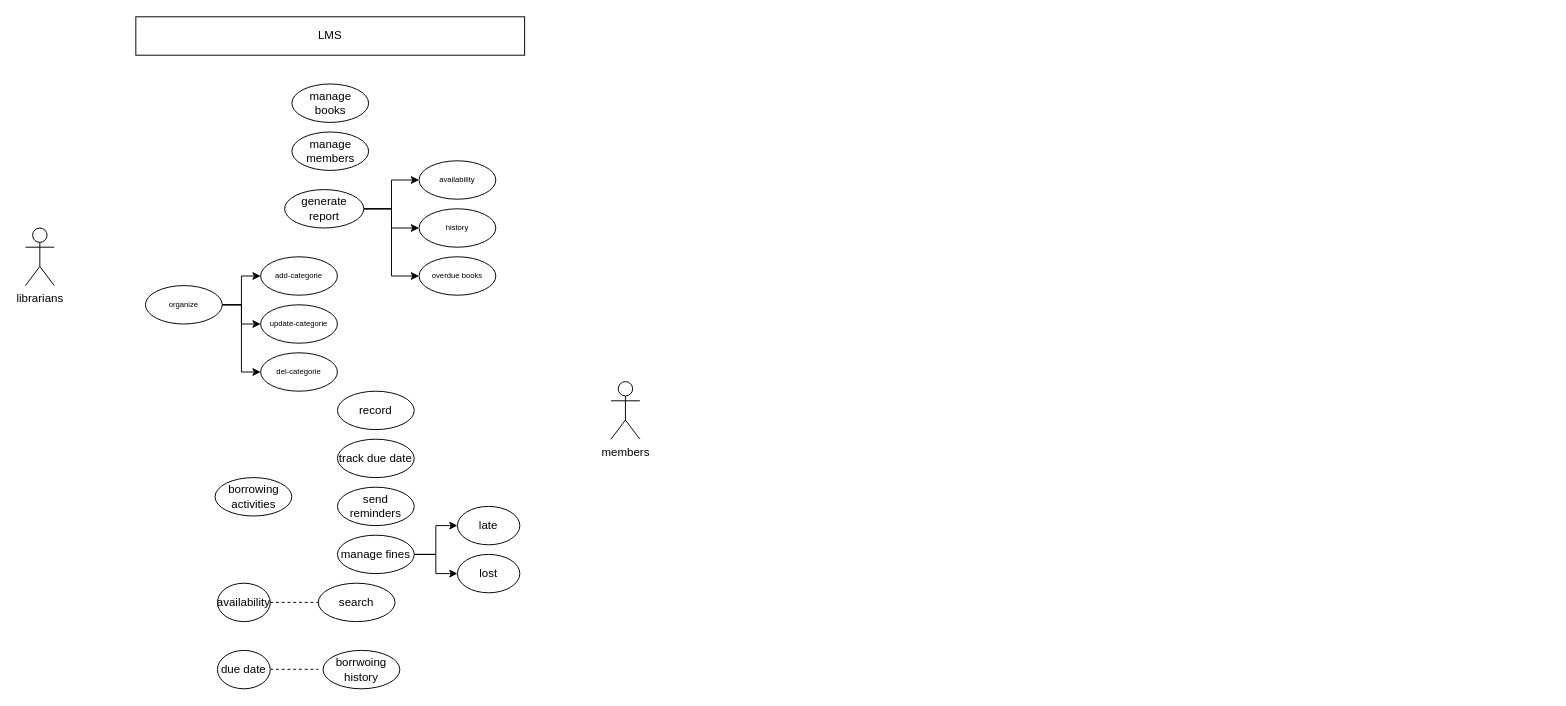
Above: hmw1-b.drawio in l0norm/draw.io (draw.io), before the change. Source tidied: cells renumbered, new cells numbered last; positions are measured from the earlier drawing's top-left corner, leaving out a move shared by most shapes. Both pictures are drawn from the tidied source at 96%, with x=0, y=0 at pixel (25, 16).
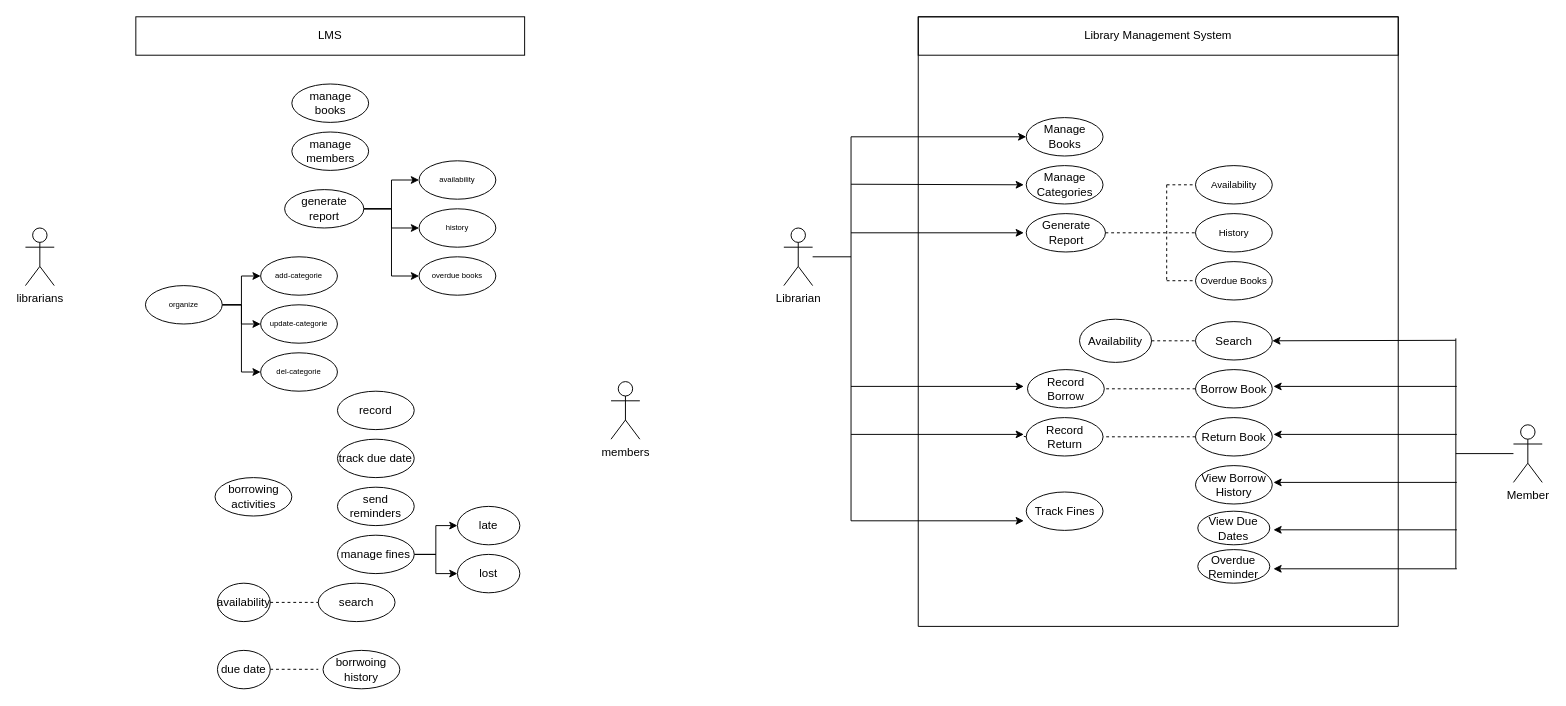
After the change.

The edit, as a diff of the source:
```diff
@@
+    <mxCell id="36" value="Library Management System" style="rounded=0;whiteSpace=wrap;html=1;" parent="1" vertex="1">
+      <mxGeometry x="930" width="500" height="40" as="geometry" />
+    </mxCell>
+    <mxCell id="37" value="Librarian" style="shape=umlActor;verticalLabelPosition=bottom;verticalAlign=top;html=1;outlineConnect=0;" parent="1" vertex="1">
+      <mxGeometry x="790" y="220" width="30" height="60" as="geometry" />
+    </mxCell>
+    <mxCell id="38" style="swimlane;startSize=0;" parent="1" vertex="1">
+      <mxGeometry x="930" width="500" height="635" as="geometry" />
+    </mxCell>
+    <mxCell id="39" value="Search" style="ellipse;whiteSpace=wrap;html=1;" parent="38" vertex="1">
+      <mxGeometry x="288.8" y="317.5" width="80" height="40" as="geometry" />
+    </mxCell>
+    <mxCell id="40" value="Availability" style="ellipse;whiteSpace=wrap;html=1;" parent="38" vertex="1">
+      <mxGeometry x="168" y="315" width="75" height="45" as="geometry" />
+    </mxCell>
+    <mxCell id="41" style="endArrow=none;dashed=1;html=1;rounded=0;exitX=1;exitY=0.5;exitDx=0;exitDy=0;entryX=0;entryY=0.5;entryDx=0;entryDy=0;" parent="38" edge="1" source="40" target="39">
+      <mxGeometry relative="1" as="geometry" />
+    </mxCell>
+    <mxCell id="42" value="View Borrow History" style="ellipse;whiteSpace=wrap;html=1;" parent="38" vertex="1">
+      <mxGeometry x="288.8" y="467.5" width="80" height="40" as="geometry" />
+    </mxCell>
+    <mxCell id="43" value="View Due Dates" style="ellipse;whiteSpace=wrap;html=1;" parent="38" vertex="1">
+      <mxGeometry x="291.2" y="515" width="75" height="35" as="geometry" />
+    </mxCell>
+    <mxCell id="44" value="Borrow Book" style="ellipse;whiteSpace=wrap;html=1;" parent="38" vertex="1">
+      <mxGeometry x="288.8" y="367.5" width="80" height="40" as="geometry" />
+    </mxCell>
+    <mxCell id="45" value="Return Book" style="ellipse;whiteSpace=wrap;html=1;" parent="38" vertex="1">
+      <mxGeometry x="288.8" y="417.5" width="80" height="40" as="geometry" />
+    </mxCell>
+    <mxCell id="46" value="Overdue Reminder" style="ellipse;whiteSpace=wrap;html=1;" parent="38" vertex="1">
+      <mxGeometry x="291.2" y="555" width="75" height="35" as="geometry" />
+    </mxCell>
+    <mxCell id="47" value="Manage Books" style="ellipse;whiteSpace=wrap;html=1;" parent="38" vertex="1">
+      <mxGeometry x="112.5" y="105" width="80" height="40" as="geometry" />
+    </mxCell>
+    <mxCell id="48" value="Manage Categories" style="ellipse;whiteSpace=wrap;html=1;" parent="38" vertex="1">
+      <mxGeometry x="112.5" y="155" width="80" height="40" as="geometry" />
+    </mxCell>
+    <mxCell id="49" value="Generate Report" style="ellipse;whiteSpace=wrap;html=1;" parent="38" vertex="1">
+      <mxGeometry x="112.5" y="205" width="82.5" height="40" as="geometry" />
+    </mxCell>
+    <mxCell id="50" value="&lt;font style=&quot;font-size: 10px;&quot;&gt;Availability&lt;/font&gt;" style="ellipse;whiteSpace=wrap;html=1;fontSize=8;" parent="38" vertex="1">
+      <mxGeometry x="288.8" y="155" width="80" height="40" as="geometry" />
+    </mxCell>
+    <mxCell id="51" value="&lt;font style=&quot;font-size: 10px;&quot;&gt;History&lt;/font&gt;" style="ellipse;whiteSpace=wrap;html=1;fontSize=8;" parent="38" vertex="1">
+      <mxGeometry x="288.8" y="205" width="80" height="40" as="geometry" />
+    </mxCell>
+    <mxCell id="52" value="&lt;font style=&quot;font-size: 10px;&quot;&gt;Overdue Books&lt;/font&gt;" style="ellipse;whiteSpace=wrap;html=1;fontSize=8;" parent="38" vertex="1">
+      <mxGeometry x="288.8" y="255" width="80" height="40" as="geometry" />
+    </mxCell>
+    <mxCell id="53" value="Record Borrow" style="ellipse;whiteSpace=wrap;html=1;" parent="38" vertex="1">
+      <mxGeometry x="113.8" y="367.5" width="80" height="40" as="geometry" />
+    </mxCell>
+    <mxCell id="54" style="endArrow=none;dashed=1;html=1;rounded=0;entryX=1;entryY=0.5;entryDx=0;entryDy=0;exitX=0;exitY=0.5;exitDx=0;exitDy=0;" parent="38" edge="1" source="44" target="53">
+      <mxGeometry relative="1" as="geometry" />
+    </mxCell>
+    <mxCell id="55" style="endArrow=none;dashed=1;html=1;rounded=0;entryX=1;entryY=0.5;entryDx=0;entryDy=0;exitX=0;exitY=0.5;exitDx=0;exitDy=0;" parent="38" edge="1" source="61">
+      <mxGeometry relative="1" as="geometry">
+        <mxPoint x="110" y="437" as="targetPoint" />
+      </mxGeometry>
+    </mxCell>
+    <mxCell id="56" style="endArrow=none;dashed=1;html=1;rounded=0;exitX=1;exitY=0.5;exitDx=0;exitDy=0;entryX=0;entryY=0.5;entryDx=0;entryDy=0;" parent="38" edge="1" source="49" target="51">
+      <mxGeometry relative="1" as="geometry" />
+    </mxCell>
+    <mxCell id="57" style="endArrow=none;dashed=1;html=1;rounded=0;" parent="38" edge="1">
+      <mxGeometry relative="1" as="geometry">
+        <mxPoint x="258.8" y="175" as="sourcePoint" />
+        <mxPoint x="258.8" y="275" as="targetPoint" />
+      </mxGeometry>
+    </mxCell>
+    <mxCell id="58" style="endArrow=none;dashed=1;html=1;rounded=0;entryX=0;entryY=0.5;entryDx=0;entryDy=0;" parent="38" edge="1" target="50">
+      <mxGeometry relative="1" as="geometry">
+        <mxPoint x="258.8" y="175" as="sourcePoint" />
+      </mxGeometry>
+    </mxCell>
+    <mxCell id="59" style="endArrow=none;dashed=1;html=1;rounded=0;entryX=0;entryY=0.5;entryDx=0;entryDy=0;" parent="38" edge="1">
+      <mxGeometry relative="1" as="geometry">
+        <mxPoint x="258.8" y="274.9" as="sourcePoint" />
+        <mxPoint x="288.8" y="274.9" as="targetPoint" />
+      </mxGeometry>
+    </mxCell>
+    <mxCell id="60" style="endArrow=none;dashed=1;html=1;rounded=0;entryX=1;entryY=0.5;entryDx=0;entryDy=0;exitX=0;exitY=0.5;exitDx=0;exitDy=0;" parent="38" edge="1" source="45" target="61">
+      <mxGeometry relative="1" as="geometry" />
+    </mxCell>
+    <mxCell id="61" value="Record Return" style="ellipse;whiteSpace=wrap;html=1;" parent="38" vertex="1">
+      <mxGeometry x="112.5" y="417.5" width="80" height="40" as="geometry" />
+    </mxCell>
+    <mxCell id="62" value="Track Fines" style="ellipse;whiteSpace=wrap;html=1;" parent="38" vertex="1">
+      <mxGeometry x="112.5" y="495" width="80" height="40" as="geometry" />
+    </mxCell>
+    <mxCell id="63" style="endArrow=none;html=1;rounded=0;" parent="1" edge="1">
+      <mxGeometry relative="1" as="geometry">
+        <mxPoint x="860" y="525" as="sourcePoint" />
+        <mxPoint x="860" y="125" as="targetPoint" />
+      </mxGeometry>
+    </mxCell>
+    <mxCell id="64" style="endArrow=classic;html=1;rounded=0;entryX=0;entryY=0.5;entryDx=0;entryDy=0;" parent="1" edge="1" target="47">
+      <mxGeometry relative="1" as="geometry">
+        <mxPoint x="860" y="125" as="sourcePoint" />
+      </mxGeometry>
+    </mxCell>
+    <mxCell id="65" style="endArrow=classic;html=1;rounded=0;" parent="1" edge="1">
+      <mxGeometry relative="1" as="geometry">
+        <mxPoint x="860" y="174.4" as="sourcePoint" />
+        <mxPoint x="1040" y="175" as="targetPoint" />
+      </mxGeometry>
+    </mxCell>
+    <mxCell id="66" style="endArrow=classic;html=1;rounded=0;" parent="1" edge="1">
+      <mxGeometry relative="1" as="geometry">
+        <mxPoint x="860" y="225" as="sourcePoint" />
+        <mxPoint x="1040" y="225" as="targetPoint" />
+      </mxGeometry>
+    </mxCell>
+    <mxCell id="67" style="endArrow=classic;html=1;rounded=0;" parent="1" edge="1">
+      <mxGeometry relative="1" as="geometry">
+        <mxPoint x="860" y="385" as="sourcePoint" />
+        <mxPoint x="1040" y="385" as="targetPoint" />
+      </mxGeometry>
+    </mxCell>
+    <mxCell id="68" style="endArrow=classic;html=1;rounded=0;" parent="1" edge="1">
+      <mxGeometry relative="1" as="geometry">
+        <mxPoint x="860" y="435" as="sourcePoint" />
+        <mxPoint x="1040" y="435" as="targetPoint" />
+      </mxGeometry>
+    </mxCell>
+    <mxCell id="69" style="endArrow=classic;html=1;rounded=0;" parent="1" edge="1">
+      <mxGeometry relative="1" as="geometry">
+        <mxPoint x="860" y="525" as="sourcePoint" />
+        <mxPoint x="1040" y="525" as="targetPoint" />
+      </mxGeometry>
+    </mxCell>
+    <mxCell id="70" style="endArrow=none;html=1;rounded=0;" parent="1" edge="1" source="37">
+      <mxGeometry relative="1" as="geometry">
+        <mxPoint x="860" y="250" as="targetPoint" />
+      </mxGeometry>
+    </mxCell>
+    <mxCell id="71" style="endArrow=none;html=1;rounded=0;" parent="1" edge="1">
+      <mxGeometry relative="1" as="geometry">
+        <mxPoint x="1490" y="575" as="sourcePoint" />
+        <mxPoint x="1490" y="335" as="targetPoint" />
+      </mxGeometry>
+    </mxCell>
+    <mxCell id="72" style="endArrow=classic;html=1;rounded=0;entryX=1;entryY=0.5;entryDx=0;entryDy=0;" parent="1" edge="1" target="39">
+      <mxGeometry relative="1" as="geometry">
+        <mxPoint x="1490" y="337" as="sourcePoint" />
+      </mxGeometry>
+    </mxCell>
+    <mxCell id="73" style="endArrow=classic;html=1;rounded=0;entryX=1;entryY=0.5;entryDx=0;entryDy=0;" parent="1" edge="1">
+      <mxGeometry relative="1" as="geometry">
+        <mxPoint x="1491" y="385" as="sourcePoint" />
+        <mxPoint x="1300" y="385" as="targetPoint" />
+      </mxGeometry>
+    </mxCell>
+    <mxCell id="74" style="endArrow=classic;html=1;rounded=0;entryX=1;entryY=0.5;entryDx=0;entryDy=0;" parent="1" edge="1">
+      <mxGeometry relative="1" as="geometry">
+        <mxPoint x="1491" y="435" as="sourcePoint" />
+        <mxPoint x="1300" y="435" as="targetPoint" />
+      </mxGeometry>
+    </mxCell>
+    <mxCell id="75" style="endArrow=classic;html=1;rounded=0;entryX=1;entryY=0.5;entryDx=0;entryDy=0;" parent="1" edge="1">
+      <mxGeometry relative="1" as="geometry">
+        <mxPoint x="1491" y="485" as="sourcePoint" />
+        <mxPoint x="1300" y="485" as="targetPoint" />
+      </mxGeometry>
+    </mxCell>
+    <mxCell id="76" style="endArrow=classic;html=1;rounded=0;entryX=1;entryY=0.5;entryDx=0;entryDy=0;" parent="1" edge="1">
+      <mxGeometry relative="1" as="geometry">
+        <mxPoint x="1491" y="534.4" as="sourcePoint" />
+        <mxPoint x="1300" y="534.4" as="targetPoint" />
+      </mxGeometry>
+    </mxCell>
+    <mxCell id="77" style="endArrow=classic;html=1;rounded=0;entryX=1;entryY=0.5;entryDx=0;entryDy=0;" parent="1" edge="1">
+      <mxGeometry relative="1" as="geometry">
+        <mxPoint x="1491" y="575" as="sourcePoint" />
+        <mxPoint x="1300" y="575" as="targetPoint" />
+      </mxGeometry>
+    </mxCell>
+    <mxCell id="78" value="Member" style="shape=umlActor;verticalLabelPosition=bottom;verticalAlign=top;html=1;outlineConnect=0;" parent="1" vertex="1">
+      <mxGeometry x="1550" y="425" width="30" height="60" as="geometry" />
+    </mxCell>
+    <mxCell id="79" style="endArrow=none;html=1;rounded=0;" parent="1" edge="1" target="78">
+      <mxGeometry relative="1" as="geometry">
+        <mxPoint x="1490" y="455" as="sourcePoint" />
+      </mxGeometry>
+    </mxCell>
```
